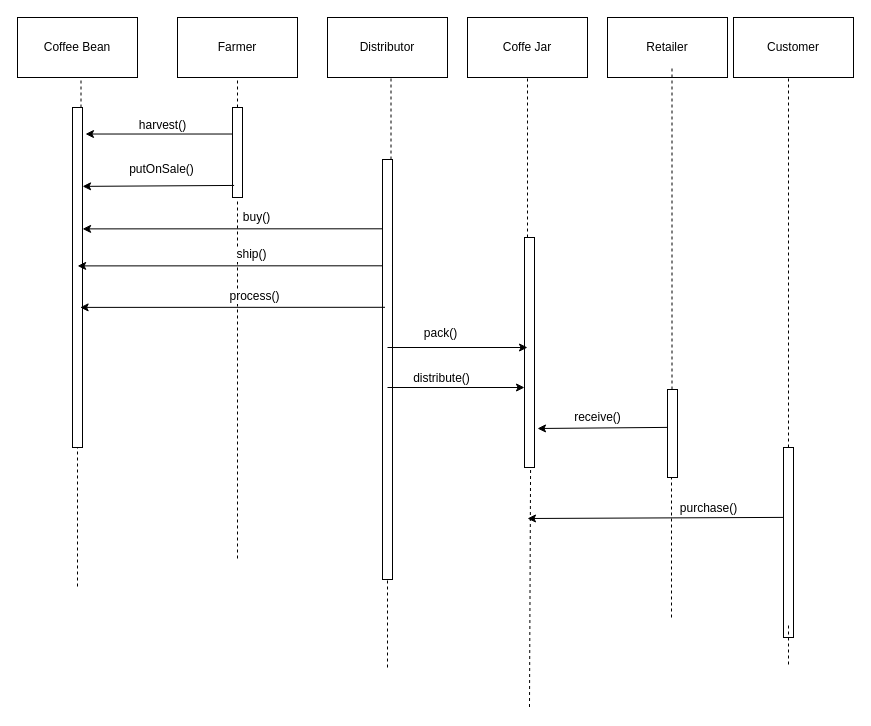
Above: UML and write-ups/UML Source/Sequence Diagram.drawio in abuaesh/CoffeeSupplyChain (draw.io), before the change. Source tidied: cells renumbered, new cells numbered last; positions are measured from the earlier drawing's top-left corner, leaving out a move shared by most shapes. Both pictures are drawn from the tidied source at 100%, with x=0, y=0 at pixel (17, 17).
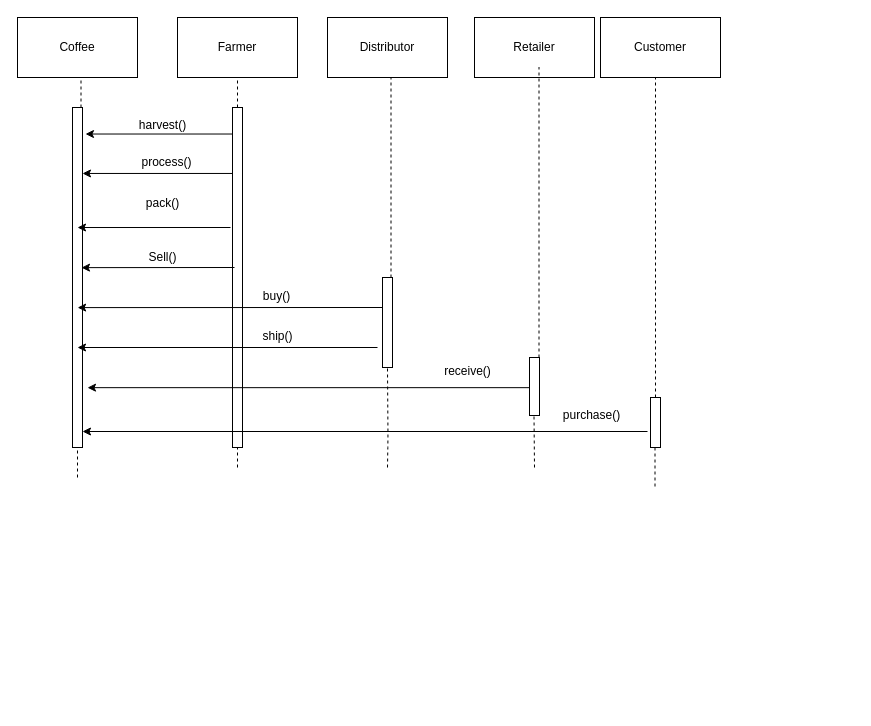
The same page after the edit.

The change refers to these unchanged cells:
```xml
<mxCell id="17" style="html=1;points=[];perimeter=orthogonalPerimeter;" parent="1" vertex="1">
  <mxGeometry x="55" y="90" width="10" height="340" as="geometry" />
</mxCell>
```

Diff of the diagram source:
```diff
@@
     <mxCell id="3" value="Customer" style="rounded=0;whiteSpace=wrap;html=1;" parent="1" vertex="1">
-      <mxGeometry x="716" width="120" height="60" as="geometry" />
+      <mxGeometry x="583" width="120" height="60" as="geometry" />
     </mxCell>
-    <mxCell id="4" value="Coffe Jar" style="rounded=0;whiteSpace=wrap;html=1;" parent="1" vertex="1">
-      <mxGeometry x="450" width="120" height="60" as="geometry" />
-    </mxCell>
@@
-    <mxCell id="6" style="endArrow=none;dashed=1;html=1;entryX=0.5;entryY=1;entryDx=0;entryDy=0;" parent="1" edge="1" source="10" target="4">
-      <mxGeometry relative="1" as="geometry">
-        <Array as="points">
-          <mxPoint x="510" y="120" />
-        </Array>
-      </mxGeometry>
-    </mxCell>
     <mxCell id="7" style="endArrow=none;dashed=1;html=1;" parent="1" edge="1" source="12">
       <mxGeometry relative="1" as="geometry">
-        <mxPoint x="771" y="60" as="targetPoint" />
+        <mxPoint x="638" y="60" as="targetPoint" />
       </mxGeometry>
     </mxCell>
     <mxCell id="8" style="html=1;points=[];perimeter=orthogonalPerimeter;" parent="1" vertex="1">
-      <mxGeometry x="215" y="90" width="10" height="90" as="geometry" />
+      <mxGeometry x="215" y="90" width="10" height="340" as="geometry" />
     </mxCell>
     <mxCell id="9" style="endArrow=none;dashed=1;html=1;" parent="1" edge="1">
       <mxGeometry relative="1" as="geometry">
-        <mxPoint x="220" y="541" as="sourcePoint" />
-        <mxPoint x="220" y="181" as="targetPoint" />
+        <mxPoint x="220" y="450" as="sourcePoint" />
+        <mxPoint x="220" y="430" as="targetPoint" />
       </mxGeometry>
     </mxCell>
-    <mxCell id="10" style="html=1;points=[];perimeter=orthogonalPerimeter;" parent="1" vertex="1">
-      <mxGeometry x="507" y="220" width="10" height="230" as="geometry" />
-    </mxCell>
-    <mxCell id="11" style="endArrow=none;dashed=1;html=1;entryX=0.607;entryY=1.004;entryDx=0;entryDy=0;entryPerimeter=0;" parent="1" edge="1" target="10">
-      <mxGeometry relative="1" as="geometry">
-        <mxPoint x="512" y="689.5" as="sourcePoint" />
-      </mxGeometry>
-    </mxCell>
     <mxCell id="12" style="html=1;points=[];perimeter=orthogonalPerimeter;" parent="1" vertex="1">
-      <mxGeometry x="766" y="430" width="10" height="190" as="geometry" />
+      <mxGeometry x="633" y="380" width="10" height="50" as="geometry" />
     </mxCell>
     <mxCell id="13" style="endArrow=none;dashed=1;html=1;" parent="1" edge="1">
       <mxGeometry relative="1" as="geometry">
-        <mxPoint x="771" y="608" as="sourcePoint" />
-        <mxPoint x="771" y="649" as="targetPoint" />
+        <mxPoint x="637.5" y="430" as="sourcePoint" />
+        <mxPoint x="637.5" y="471" as="targetPoint" />
       </mxGeometry>
     </mxCell>
@@
-    <mxCell id="15" value="Coffee Bean" style="rounded=0;whiteSpace=wrap;html=1;" parent="1" vertex="1">
+    <mxCell id="15" value="Coffee" style="rounded=0;whiteSpace=wrap;html=1;" parent="1" vertex="1">
       <mxGeometry width="120" height="60" as="geometry" />
     </mxCell>
@@
     <mxCell id="18" style="endArrow=none;dashed=1;html=1;entryX=0.5;entryY=1;entryDx=0;entryDy=0;entryPerimeter=0;" parent="1" edge="1" target="17">
       <mxGeometry relative="1" as="geometry">
-        <mxPoint x="60" y="569" as="sourcePoint" />
+        <mxPoint x="60" y="460" as="sourcePoint" />
       </mxGeometry>
     </mxCell>
@@
-    <mxCell id="20" style="endArrow=classic;html=1;exitX=0.16;exitY=0.866;exitDx=0;exitDy=0;exitPerimeter=0;entryX=1.007;entryY=0.232;entryDx=0;entryDy=0;entryPerimeter=0;" parent="1" edge="1" source="8" target="17">
-      <mxGeometry relative="1" as="geometry" />
+    <mxCell id="20" style="endArrow=classic;html=1;entryX=0.9;entryY=0.471;entryDx=0;entryDy=0;entryPerimeter=0;" parent="1" edge="1" target="17">
+      <mxGeometry relative="1" as="geometry">
+        <mxPoint x="217" y="250" as="sourcePoint" />
+      </mxGeometry>
     </mxCell>
-    <mxCell id="21" style="endArrow=classic;html=1;entryX=1.007;entryY=0.357;entryDx=0;entryDy=0;entryPerimeter=0;exitX=0.5;exitY=0.165;exitDx=0;exitDy=0;exitPerimeter=0;" parent="1" edge="1" source="25" target="17">
-      <mxGeometry relative="1" as="geometry" />
-    </mxCell>
-    <mxCell id="22" value="buy()" style="text;html=1;align=center;verticalAlign=middle;labelBackgroundColor=#ffffff;" parent="21" vertex="1">
-      <mxGeometry x="-0.17" y="-5" relative="1" as="geometry">
-        <mxPoint x="-4" y="-6.5" as="offset" />
-      </mxGeometry>
-    </mxCell>
@@
     <mxCell id="25" style="html=1;points=[];perimeter=orthogonalPerimeter;" parent="1" vertex="1">
-      <mxGeometry x="365" y="142" width="10" height="420" as="geometry" />
+      <mxGeometry x="365" y="260" width="10" height="90" as="geometry" />
     </mxCell>
-    <mxCell id="26" style="endArrow=none;dashed=1;html=1;entryX=0.5;entryY=1;entryDx=0;entryDy=0;entryPerimeter=0;" parent="1" edge="1" target="25">
+    <mxCell id="26" style="endArrow=none;dashed=1;html=1;" parent="1" edge="1">
       <mxGeometry relative="1" as="geometry">
-        <mxPoint x="370" y="650" as="sourcePoint" />
+        <mxPoint x="370" y="450" as="sourcePoint" />
+        <mxPoint x="370" y="350" as="targetPoint" />
+        <Array as="points">
+          <mxPoint x="370.5" y="420" />
+        </Array>
       </mxGeometry>
     </mxCell>
     <mxCell id="27" value="Retailer" style="rounded=0;whiteSpace=wrap;html=1;" parent="1" vertex="1">
-      <mxGeometry x="590" width="120" height="60" as="geometry" />
+      <mxGeometry x="457" width="120" height="60" as="geometry" />
     </mxCell>
     <mxCell id="28" style="endArrow=none;dashed=1;html=1;" parent="1" edge="1" source="30">
       <mxGeometry relative="1" as="geometry">
-        <mxPoint x="654.5" y="49.5" as="targetPoint" />
+        <mxPoint x="521.5" y="49.5" as="targetPoint" />
       </mxGeometry>
     </mxCell>
     <mxCell id="29" style="endArrow=none;dashed=1;html=1;" parent="1" edge="1" source="30">
       <mxGeometry relative="1" as="geometry">
-        <mxPoint x="654.5" y="398.5" as="targetPoint" />
+        <mxPoint x="521.5" y="398.5" as="targetPoint" />
       </mxGeometry>
     </mxCell>
     <mxCell id="30" style="html=1;points=[];perimeter=orthogonalPerimeter;" parent="1" vertex="1">
-      <mxGeometry x="650" y="372" width="10" height="88" as="geometry" />
+      <mxGeometry x="512" y="340" width="10" height="58" as="geometry" />
     </mxCell>
-    <mxCell id="31" style="endArrow=none;dashed=1;html=1;" parent="1" edge="1" target="30">
+    <mxCell id="31" style="endArrow=none;dashed=1;html=1;" parent="1" edge="1">
       <mxGeometry relative="1" as="geometry">
-        <mxPoint x="654" y="600" as="sourcePoint" />
+        <mxPoint x="517" y="450" as="sourcePoint" />
+        <mxPoint x="516.5" y="398" as="targetPoint" />
       </mxGeometry>
     </mxCell>
-    <mxCell id="32" value="putOnSale()" style="text;html=1;align=center;verticalAlign=middle;" parent="1" vertex="1">
-      <mxGeometry x="104" y="142" width="80" height="20" as="geometry" />
+    <mxCell id="32" value="Sell()" style="text;html=1;align=center;verticalAlign=middle;" parent="1" vertex="1">
+      <mxGeometry x="125" y="230" width="40" height="20" as="geometry" />
     </mxCell>
-    <mxCell id="33" style="endArrow=classic;html=1;entryX=1.007;entryY=0.357;entryDx=0;entryDy=0;entryPerimeter=0;exitX=0.5;exitY=0.165;exitDx=0;exitDy=0;exitPerimeter=0;" parent="1" edge="1">
+    <mxCell id="33" style="endArrow=classic;html=1;" parent="1" edge="1">
       <mxGeometry relative="1" as="geometry">
-        <mxPoint x="365" y="248.3" as="sourcePoint" />
-        <mxPoint x="60.1" y="248.4" as="targetPoint" />
+        <mxPoint x="360" y="330" as="sourcePoint" />
+        <mxPoint x="60" y="330" as="targetPoint" />
       </mxGeometry>
     </mxCell>
     <mxCell id="34" value="ship()" style="text;html=1;align=center;verticalAlign=middle;labelBackgroundColor=#ffffff;" parent="33" vertex="1">
       <mxGeometry x="-0.17" y="-5" relative="1" as="geometry">
-        <mxPoint x="-4" y="-6.5" as="offset" />
+        <mxPoint x="24" y="-6.5" as="offset" />
       </mxGeometry>
     </mxCell>
-    <mxCell id="35" style="endArrow=classic;html=1;entryX=1.007;entryY=0.357;entryDx=0;entryDy=0;entryPerimeter=0;exitX=0.5;exitY=0.165;exitDx=0;exitDy=0;exitPerimeter=0;" parent="1" edge="1">
-      <mxGeometry relative="1" as="geometry">
-        <mxPoint x="367.5" y="289.8" as="sourcePoint" />
-        <mxPoint x="62.6" y="289.9" as="targetPoint" />
-      </mxGeometry>
+    <mxCell id="35" style="endArrow=classic;html=1;exitX=-0.033;exitY=0.194;exitDx=0;exitDy=0;exitPerimeter=0;" parent="1" edge="1" source="8" target="17">
+      <mxGeometry relative="1" as="geometry" />
     </mxCell>
@@
-    <mxCell id="37" style="endArrow=classic;html=1;" parent="1" edge="1">
+    <mxCell id="37" style="endArrow=classic;html=1;entryX=0.5;entryY=0.353;entryDx=0;entryDy=0;entryPerimeter=0;" parent="1" edge="1" target="17">
       <mxGeometry relative="1" as="geometry">
-        <mxPoint x="370" y="330" as="sourcePoint" />
-        <mxPoint x="510" y="330" as="targetPoint" />
+        <mxPoint x="213" y="210" as="sourcePoint" />
       </mxGeometry>
     </mxCell>
@@
-    <mxCell id="39" style="endArrow=classic;html=1;" parent="1" edge="1" target="10">
-      <mxGeometry relative="1" as="geometry">
-        <mxPoint x="370" y="370" as="sourcePoint" />
-      </mxGeometry>
-    </mxCell>
-    <mxCell id="40" value="distribute()" style="text;html=1;align=center;verticalAlign=middle;labelBackgroundColor=#ffffff;" parent="39" vertex="1">
-      <mxGeometry x="-0.17" y="-5" relative="1" as="geometry">
-        <mxPoint x="-4" y="-15" as="offset" />
-      </mxGeometry>
-    </mxCell>
-    <mxCell id="41" style="endArrow=classic;html=1;exitX=0.16;exitY=0.866;exitDx=0;exitDy=0;exitPerimeter=0;" parent="1" edge="1">
-      <mxGeometry relative="1" as="geometry">
-        <mxPoint x="650.1" y="409.9" as="sourcePoint" />
-        <mxPoint x="520" y="411" as="targetPoint" />
-      </mxGeometry>
+    <mxCell id="41" style="endArrow=classic;html=1;entryX=1.5;entryY=0.824;entryDx=0;entryDy=0;entryPerimeter=0;" parent="1" edge="1" source="30" target="17">
+      <mxGeometry relative="1" as="geometry" />
     </mxCell>
     <mxCell id="42" value="receive()" style="text;html=1;align=center;verticalAlign=middle;" parent="1" vertex="1">
-      <mxGeometry x="550" y="390" width="60" height="20" as="geometry" />
+      <mxGeometry x="420" y="344" width="60" height="20" as="geometry" />
     </mxCell>
-    <mxCell id="43" style="endArrow=classic;html=1;exitX=0.16;exitY=0.866;exitDx=0;exitDy=0;exitPerimeter=0;" parent="1" edge="1">
+    <mxCell id="43" style="endArrow=classic;html=1;" parent="1" edge="1" target="17">
       <mxGeometry relative="1" as="geometry">
-        <mxPoint x="766.1" y="499.9" as="sourcePoint" />
-        <mxPoint x="510" y="501" as="targetPoint" />
+        <mxPoint x="630" y="414" as="sourcePoint" />
       </mxGeometry>
     </mxCell>
     <mxCell id="44" value="purchase()" style="text;html=1;align=center;verticalAlign=middle;labelBackgroundColor=#ffffff;" parent="43" vertex="1">
       <mxGeometry x="-0.6" y="2" relative="1" as="geometry">
-        <mxPoint x="-24.5" y="-12" as="offset" />
+        <mxPoint x="56" y="-18.5" as="offset" />
       </mxGeometry>
     </mxCell>
+    <mxCell id="45" style="endArrow=classic;html=1;entryX=1.007;entryY=0.357;entryDx=0;entryDy=0;entryPerimeter=0;exitX=0.5;exitY=0.165;exitDx=0;exitDy=0;exitPerimeter=0;" parent="1" edge="1">
+      <mxGeometry relative="1" as="geometry">
+        <mxPoint x="365" y="290" as="sourcePoint" />
+        <mxPoint x="60.1" y="290.1" as="targetPoint" />
+      </mxGeometry>
+    </mxCell>
+    <mxCell id="22" value="buy()" style="text;html=1;align=center;verticalAlign=middle;labelBackgroundColor=#ffffff;" parent="45" vertex="1">
+      <mxGeometry x="-0.17" y="-5" relative="1" as="geometry">
+        <mxPoint x="21" y="-6.5" as="offset" />
+      </mxGeometry>
+    </mxCell>
```
